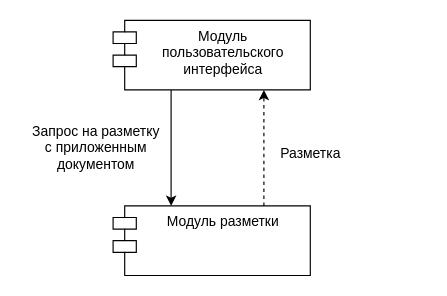
Before: diag/components.drawio in runebone/vkr-docs, a draw.io diagram. Source tidied: cells renumbered, new cells numbered last; positions are measured from the earlier drawing's top-left corner, leaving out a move shared by most shapes. Both pictures are drawn from the tidied source at 116%, with x=0, y=0 at pixel (20, 20).
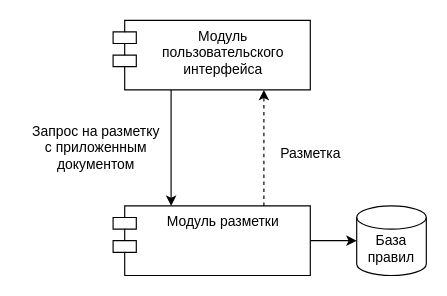
The same diagram, later.

Change to the diagram source:
```diff
@@
 <mxGraphModel>
   <root>
     <mxCell id="0" />
     <mxCell id="1" parent="0" />
     <mxCell id="2" style="edgeStyle=orthogonalEdgeStyle;rounded=0;jettySize=auto;html=1;" parent="1" edge="1" source="3" target="5">
       <mxGeometry relative="1" as="geometry">
         <Array as="points">
           <mxPoint x="130" y="110" />
           <mxPoint x="130" y="110" />
         </Array>
       </mxGeometry>
     </mxCell>
     <mxCell id="3" value="Модуль пользовательского интерфейса" style="shape=module;align=left;spacingLeft=20;align=center;verticalAlign=top;whiteSpace=wrap;html=1;" parent="1" vertex="1">
       <mxGeometry x="80" width="170" height="60" as="geometry" />
     </mxCell>
     <mxCell id="4" style="edgeStyle=orthogonalEdgeStyle;rounded=0;jettySize=auto;html=1;dashed=1;" parent="1" edge="1" source="5" target="3">
       <mxGeometry relative="1" as="geometry">
         <Array as="points">
           <mxPoint x="210" y="110" />
           <mxPoint x="210" y="110" />
         </Array>
       </mxGeometry>
     </mxCell>
     <mxCell id="5" value="Модуль разметки" style="shape=module;align=left;spacingLeft=20;align=center;verticalAlign=top;whiteSpace=wrap;html=1;" parent="1" vertex="1">
       <mxGeometry x="80" y="160" width="170" height="60" as="geometry" />
     </mxCell>
     <mxCell id="6" value="Разметка" style="text;html=1;align=center;verticalAlign=middle;strokeColor=none;fillColor=none;" parent="1" vertex="1">
       <mxGeometry x="210" y="100" width="80" height="30" as="geometry" />
     </mxCell>
     <mxCell id="7" value="Запрос на разметку&lt;div&gt;с приложенным&lt;/div&gt;&lt;div&gt;документом&lt;/div&gt;" style="text;html=1;align=center;verticalAlign=middle;strokeColor=none;fillColor=none;" parent="1" vertex="1">
       <mxGeometry y="80" width="130" height="60" as="geometry" />
     </mxCell>
+    <mxCell id="8" value="&lt;div&gt;&lt;br&gt;&lt;/div&gt;База&lt;div&gt;правил&lt;/div&gt;" style="strokeWidth=1;html=1;shape=mxgraph.flowchart.database;whiteSpace=wrap;" parent="1" vertex="1">
+      <mxGeometry x="290" y="160" width="60" height="60" as="geometry" />
+    </mxCell>
+    <mxCell id="9" style="edgeStyle=orthogonalEdgeStyle;rounded=0;jettySize=auto;html=1;entryX=0;entryY=0.5;entryDx=0;entryDy=0;entryPerimeter=0;" parent="1" edge="1" source="5" target="8">
+      <mxGeometry relative="1" as="geometry" />
+    </mxCell>
   </root>
 </mxGraphModel>
```
